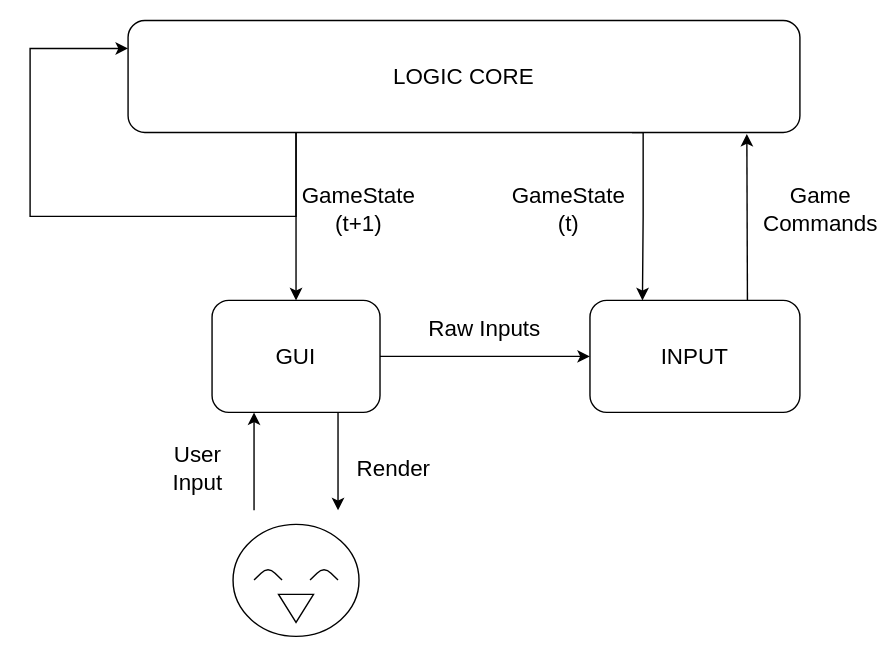
This is docs/engine/engine-design.svg from eniallator/Property-Tycoon, a draw.io export, as it was before one commit. Source tidied: cells renumbered, new cells last; positions are measured from the earlier drawing's top-left corner, leaving out a move shared by most shapes.
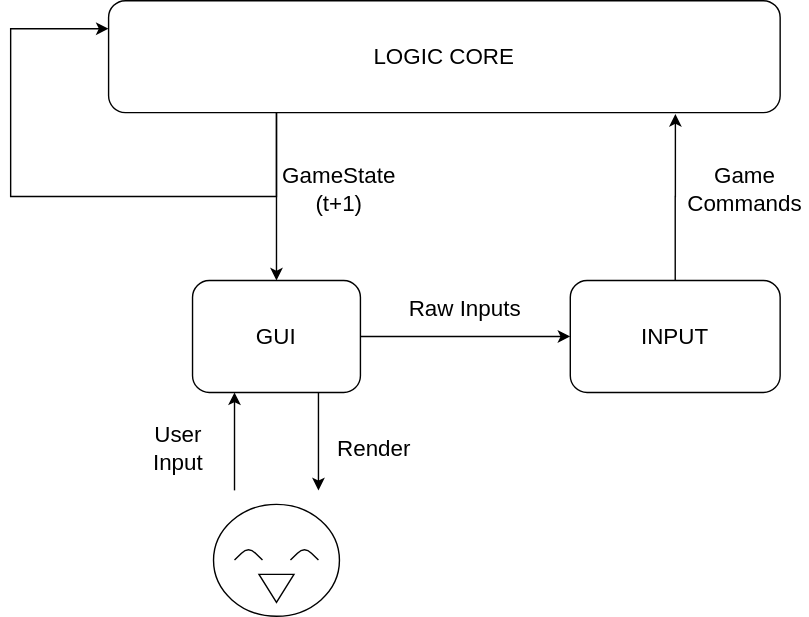
Above is the later version.

Commit message:
Updated design diagram

What changed in the source:
```diff
@@ -5,14 +5,6 @@
     <mxCell id="2" style="edgeStyle=orthogonalEdgeStyle;rounded=0;jettySize=auto;html=1;exitX=0.25;exitY=1;exitDx=0;exitDy=0;entryX=0.5;entryY=0;entryDx=0;entryDy=0;fontSize=16;" parent="1" edge="1" source="4" target="6">
       <mxGeometry relative="1" as="geometry" />
     </mxCell>
-    <mxCell id="3" style="edgeStyle=orthogonalEdgeStyle;rounded=0;jettySize=auto;html=1;exitX=0.75;exitY=1;exitDx=0;exitDy=0;entryX=0.25;entryY=0;entryDx=0;entryDy=0;fontSize=16;" parent="1" edge="1" source="4" target="7">
-      <mxGeometry relative="1" as="geometry">
-        <Array as="points">
-          <mxPoint x="438" y="80" />
-          <mxPoint x="438" y="140" />
-        </Array>
-      </mxGeometry>
-    </mxCell>
     <mxCell id="4" value="LOGIC CORE" style="rounded=1;whiteSpace=wrap;html=1;fontSize=16;" parent="1" vertex="1">
       <mxGeometry x="70" width="480" height="80" as="geometry" />
     </mxCell>
@@ -22,18 +14,15 @@
     <mxCell id="6" value="GUI" style="rounded=1;whiteSpace=wrap;html=1;fontSize=16;" parent="1" vertex="1">
       <mxGeometry x="130" y="200" width="120" height="80" as="geometry" />
     </mxCell>
+    <mxCell id="8" style="edgeStyle=orthogonalEdgeStyle;rounded=0;jettySize=auto;html=1;exitX=0.5;exitY=0;exitDx=0;exitDy=0;entryX=0.844;entryY=1.013;entryDx=0;entryDy=0;entryPerimeter=0;" parent="1" edge="1" source="7" target="4">
+      <mxGeometry relative="1" as="geometry" />
+    </mxCell>
     <mxCell id="7" value="INPUT" style="rounded=1;whiteSpace=wrap;html=1;fontSize=16;" parent="1" vertex="1">
       <mxGeometry x="400" y="200" width="150" height="80" as="geometry" />
     </mxCell>
-    <mxCell id="8" style="endArrow=classic;html=1;fontSize=16;exitX=0.75;exitY=0;exitDx=0;exitDy=0;entryX=0.921;entryY=1.013;entryDx=0;entryDy=0;entryPerimeter=0;" parent="1" edge="1" source="7" target="4">
-      <mxGeometry relative="1" as="geometry" />
-    </mxCell>
     <mxCell id="9" value="&lt;div&gt;Game&lt;/div&gt;&lt;div&gt;Commands&lt;br&gt;&lt;/div&gt;" style="text;html=1;strokeColor=none;fillColor=none;align=center;verticalAlign=middle;whiteSpace=wrap;rounded=0;fontSize=16;" parent="1" vertex="1">
-      <mxGeometry x="520" y="110" width="90" height="50" as="geometry" />
+      <mxGeometry x="480" y="110" width="90" height="50" as="geometry" />
     </mxCell>
-    <mxCell id="10" value="&lt;div&gt;GameState&lt;/div&gt;&lt;div&gt;(t)&lt;br&gt;&lt;/div&gt;" style="text;html=1;strokeColor=none;fillColor=none;align=center;verticalAlign=middle;whiteSpace=wrap;rounded=0;fontSize=16;" parent="1" vertex="1">
-      <mxGeometry x="340" y="110" width="90" height="50" as="geometry" />
-    </mxCell>
     <mxCell id="11" style="edgeStyle=orthogonalEdgeStyle;rounded=0;orthogonalLoop=1;jettySize=auto;html=1;exitX=0.25;exitY=1;exitDx=0;exitDy=0;entryX=0;entryY=0.25;entryDx=0;entryDy=0;fontSize=16;" parent="1" edge="1" source="4" target="4">
       <mxGeometry relative="1" as="geometry">
         <Array as="points">
```
